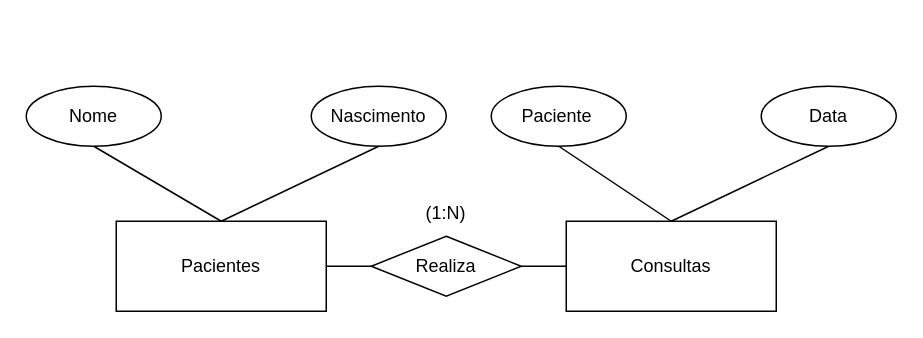
HenriqueAlth09/SENAI-DES keeps this draw.io diagram as Diagrama sem nome.drawio. Above is the earlier version. Source tidied: cells renumbered, new cells numbered last; positions are measured from the earlier drawing's top-left corner, leaving out a move shared by most shapes. Both pictures are drawn from the tidied source at 150%, with x=0, y=0 at pixel (26, 86).
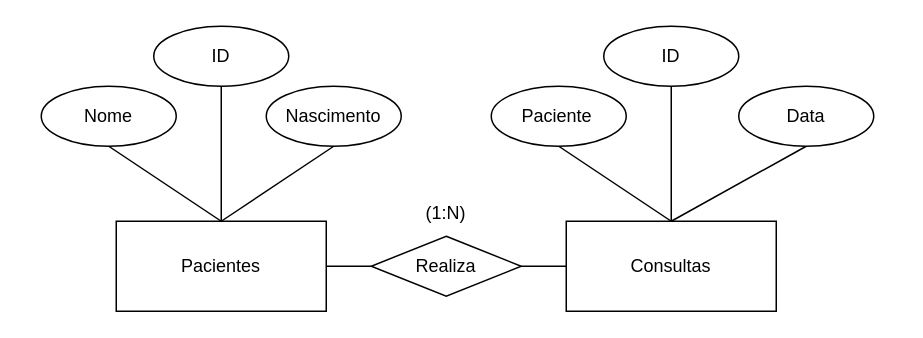
Above is the later version.

Commit message:
Actualizar Diagrama sem Diagrama01.drawio

The edit, as a diff of the source:
```diff
@@
     <mxCell id="4" style="ellipse;whiteSpace=wrap;html=1;" parent="1" vertex="1">
-      <mxGeometry width="90" height="40" as="geometry" />
+      <mxGeometry x="10" width="90" height="40" as="geometry" />
     </mxCell>
     <mxCell id="5" value="Nome" style="text;html=1;align=center;verticalAlign=middle;whiteSpace=wrap;rounded=0;" parent="1" vertex="1">
-      <mxGeometry width="90" height="40" as="geometry" />
+      <mxGeometry x="10" width="90" height="40" as="geometry" />
     </mxCell>
@@
     <mxCell id="7" style="ellipse;whiteSpace=wrap;html=1;" parent="1" vertex="1">
-      <mxGeometry x="190" width="90" height="40" as="geometry" />
+      <mxGeometry x="160" width="90" height="40" as="geometry" />
     </mxCell>
     <mxCell id="8" value="Nascimento" style="text;html=1;align=center;verticalAlign=middle;whiteSpace=wrap;rounded=0;" parent="1" vertex="1">
-      <mxGeometry x="205" y="5" width="60" height="30" as="geometry" />
+      <mxGeometry x="175" width="60" height="40" as="geometry" />
     </mxCell>
-    <mxCell id="9" style="endArrow=none;html=1;rounded=0;" parent="1" edge="1">
+    <mxCell id="9" style="endArrow=none;html=1;rounded=0;entryX=0.5;entryY=1;entryDx=0;entryDy=0;" parent="1" edge="1" target="8">
       <mxGeometry relative="1" as="geometry">
         <mxPoint x="130" y="90" as="sourcePoint" />
-        <mxPoint x="235" y="40" as="targetPoint" />
       </mxGeometry>
     </mxCell>
@@
     <mxCell id="15" style="ellipse;whiteSpace=wrap;html=1;" parent="1" vertex="1">
-      <mxGeometry x="490" width="90" height="40" as="geometry" />
+      <mxGeometry x="475" width="90" height="40" as="geometry" />
     </mxCell>
@@
     <mxCell id="21" value="Data" style="text;html=1;align=center;verticalAlign=middle;whiteSpace=wrap;rounded=0;" parent="1" vertex="1">
-      <mxGeometry x="505" y="5" width="60" height="30" as="geometry" />
+      <mxGeometry x="490" y="5" width="60" height="30" as="geometry" />
     </mxCell>
@@
+    <mxCell id="23" style="ellipse;whiteSpace=wrap;html=1;" parent="1" vertex="1">
+      <mxGeometry x="85" y="-40" width="90" height="40" as="geometry" />
+    </mxCell>
+    <mxCell id="24" value="ID" style="text;html=1;align=center;verticalAlign=middle;whiteSpace=wrap;rounded=0;" parent="1" vertex="1">
+      <mxGeometry x="100" y="-35" width="60" height="30" as="geometry" />
+    </mxCell>
+    <mxCell id="25" style="endArrow=none;html=1;rounded=0;" parent="1" edge="1">
+      <mxGeometry relative="1" as="geometry">
+        <mxPoint x="130" y="90" as="sourcePoint" />
+        <mxPoint x="130" as="targetPoint" />
+      </mxGeometry>
+    </mxCell>
+    <mxCell id="26" style="ellipse;whiteSpace=wrap;html=1;" parent="1" vertex="1">
+      <mxGeometry x="385" y="-40" width="90" height="40" as="geometry" />
+    </mxCell>
+    <mxCell id="27" style="endArrow=none;html=1;rounded=0;entryX=0.5;entryY=1;entryDx=0;entryDy=0;" parent="1" edge="1" target="26">
+      <mxGeometry relative="1" as="geometry">
+        <mxPoint x="430" y="90" as="sourcePoint" />
+      </mxGeometry>
+    </mxCell>
+    <mxCell id="28" value="ID" style="text;html=1;align=center;verticalAlign=middle;whiteSpace=wrap;rounded=0;" parent="1" vertex="1">
+      <mxGeometry x="390" y="-35" width="80" height="30" as="geometry" />
+    </mxCell>
```
